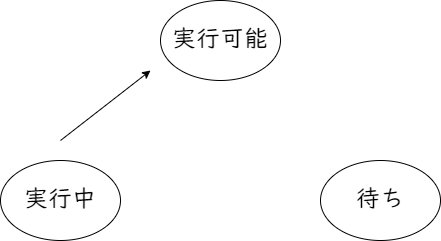
The draw.io diagram fig/process_state.drawio.png in KantaTamura/exam-document, before a commit. Source tidied: cells renumbered, new cells last; positions are measured from the earlier drawing's top-left corner, leaving out a move shared by most shapes. Its diagram source:
```xml
<mxGraphModel>
  <root>
    <mxCell id="0" />
    <mxCell id="1" parent="0" />
    <mxCell id="2" style="ellipse;whiteSpace=wrap;html=1;" parent="1" vertex="1">
      <mxGeometry y="160" width="120" height="80" as="geometry" />
    </mxCell>
    <mxCell id="3" style="ellipse;whiteSpace=wrap;html=1;" parent="1" vertex="1">
      <mxGeometry x="160" width="120" height="80" as="geometry" />
    </mxCell>
    <mxCell id="4" style="ellipse;whiteSpace=wrap;html=1;" parent="1" vertex="1">
      <mxGeometry x="320" y="160" width="120" height="80" as="geometry" />
    </mxCell>
    <mxCell id="5" value="実行中" style="text;html=1;strokeColor=none;fillColor=none;align=center;verticalAlign=middle;whiteSpace=wrap;rounded=0;fontSize=24;fontFamily=UD デジタル 教科書体 N-R;" parent="1" vertex="1">
      <mxGeometry y="160" width="120" height="80" as="geometry" />
    </mxCell>
    <mxCell id="6" value="実行可能" style="text;html=1;strokeColor=none;fillColor=none;align=center;verticalAlign=middle;whiteSpace=wrap;rounded=0;fontSize=24;fontFamily=UD デジタル 教科書体 N-R;" parent="1" vertex="1">
      <mxGeometry x="160" width="120" height="80" as="geometry" />
    </mxCell>
    <mxCell id="7" value="待ち" style="text;html=1;strokeColor=none;fillColor=none;align=center;verticalAlign=middle;whiteSpace=wrap;rounded=0;fontSize=24;fontFamily=UD デジタル 教科書体 N-R;" parent="1" vertex="1">
      <mxGeometry x="320" y="160" width="120" height="80" as="geometry" />
    </mxCell>
    <mxCell id="8" style="endArrow=classic;html=1;" parent="1" edge="1">
      <mxGeometry relative="1" as="geometry">
        <mxPoint x="60" y="140" as="sourcePoint" />
        <mxPoint x="150" y="70" as="targetPoint" />
      </mxGeometry>
    </mxCell>
  </root>
</mxGraphModel>
```
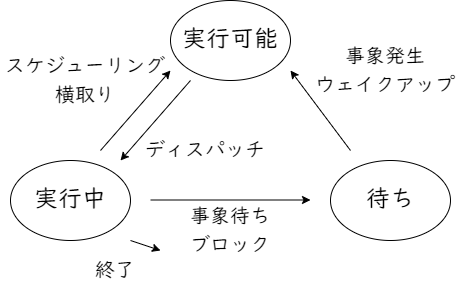
After the change.

Change to the diagram source:
```diff
@@ -22,9 +22,48 @@
     </mxCell>
     <mxCell id="8" style="endArrow=classic;html=1;" parent="1" edge="1">
       <mxGeometry relative="1" as="geometry">
-        <mxPoint x="60" y="140" as="sourcePoint" />
-        <mxPoint x="150" y="70" as="targetPoint" />
+        <mxPoint x="90" y="150" as="sourcePoint" />
+        <mxPoint x="160" y="70" as="targetPoint" />
       </mxGeometry>
     </mxCell>
+    <mxCell id="9" style="endArrow=none;html=1;startArrow=classic;startFill=1;endFill=0;" parent="1" edge="1">
+      <mxGeometry relative="1" as="geometry">
+        <mxPoint x="110" y="160" as="sourcePoint" />
+        <mxPoint x="180" y="80" as="targetPoint" />
+      </mxGeometry>
+    </mxCell>
+    <mxCell id="10" style="endArrow=classic;html=1;" parent="1" edge="1">
+      <mxGeometry relative="1" as="geometry">
+        <mxPoint x="140" y="199.5" as="sourcePoint" />
+        <mxPoint x="300" y="199.5" as="targetPoint" />
+      </mxGeometry>
+    </mxCell>
+    <mxCell id="11" style="endArrow=none;html=1;startArrow=classic;startFill=1;endFill=0;" parent="1" edge="1">
+      <mxGeometry relative="1" as="geometry">
+        <mxPoint x="280" y="70" as="sourcePoint" />
+        <mxPoint x="340" y="150" as="targetPoint" />
+      </mxGeometry>
+    </mxCell>
+    <mxCell id="12" style="endArrow=none;html=1;startArrow=classic;startFill=1;endFill=0;" parent="1" edge="1">
+      <mxGeometry relative="1" as="geometry">
+        <mxPoint x="150" y="250" as="sourcePoint" />
+        <mxPoint x="120" y="240" as="targetPoint" />
+      </mxGeometry>
+    </mxCell>
+    <mxCell id="13" value="&lt;font style=&quot;font-size: 20px;&quot;&gt;スケジューリング&lt;br&gt;横取り&lt;/font&gt;" style="text;html=1;strokeColor=none;fillColor=none;align=center;verticalAlign=middle;whiteSpace=wrap;rounded=0;fontSize=24;fontFamily=UD デジタル 教科書体 N-R;" parent="1" vertex="1">
+      <mxGeometry x="-10" y="60" width="170" height="40" as="geometry" />
+    </mxCell>
+    <mxCell id="14" value="&lt;span style=&quot;font-size: 20px;&quot;&gt;ディスパッチ&lt;/span&gt;" style="text;html=1;strokeColor=none;fillColor=none;align=center;verticalAlign=middle;whiteSpace=wrap;rounded=0;fontSize=24;fontFamily=UD デジタル 教科書体 N-R;" parent="1" vertex="1">
+      <mxGeometry x="110" y="130" width="170" height="40" as="geometry" />
+    </mxCell>
+    <mxCell id="15" value="&lt;span style=&quot;font-size: 20px;&quot;&gt;事象発生&lt;br&gt;ウェイクアップ&lt;br&gt;&lt;/span&gt;" style="text;html=1;strokeColor=none;fillColor=none;align=center;verticalAlign=middle;whiteSpace=wrap;rounded=0;fontSize=24;fontFamily=UD デジタル 教科書体 N-R;" parent="1" vertex="1">
+      <mxGeometry x="290" y="50" width="170" height="40" as="geometry" />
+    </mxCell>
+    <mxCell id="16" value="&lt;span style=&quot;font-size: 20px;&quot;&gt;事象待ち&lt;br&gt;ブロック&lt;br&gt;&lt;/span&gt;" style="text;html=1;strokeColor=none;fillColor=none;align=center;verticalAlign=middle;whiteSpace=wrap;rounded=0;fontSize=24;fontFamily=UD デジタル 教科書体 N-R;" parent="1" vertex="1">
+      <mxGeometry x="135" y="210" width="170" height="40" as="geometry" />
+    </mxCell>
+    <mxCell id="17" value="&lt;span style=&quot;font-size: 20px;&quot;&gt;終了&lt;br&gt;&lt;/span&gt;" style="text;html=1;strokeColor=none;fillColor=none;align=center;verticalAlign=middle;whiteSpace=wrap;rounded=0;fontSize=24;fontFamily=UD デジタル 教科書体 N-R;" parent="1" vertex="1">
+      <mxGeometry x="20" y="250" width="170" height="40" as="geometry" />
+    </mxCell>
   </root>
 </mxGraphModel>
```
